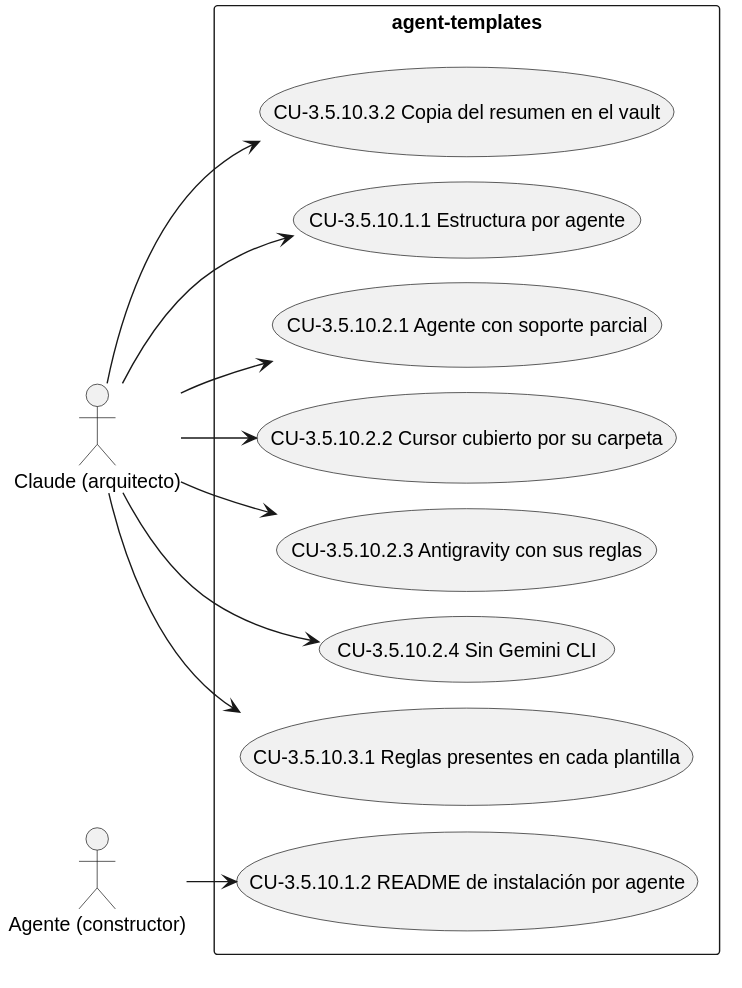
This is docs/diagramas/CAP-3.5.10.svg from Lautaro-Montecchiani/sdd-global-config, a PlantUML export, as it was before one commit. Source of this version:
```plantuml
@startuml
!pragma layout smetana
left to right direction
actor "Claude (arquitecto)" as A1
actor "Agente (constructor)" as A2
rectangle "agent-templates" {
  usecase "CU-3.5.10.1.1 Estructura por agente" as UC_3_5_10_1_1
  usecase "CU-3.5.10.1.2 README de instalación por agente" as UC_3_5_10_1_2
  usecase "CU-3.5.10.2.1 Agente con soporte parcial" as UC_3_5_10_2_1
  usecase "CU-3.5.10.2.2 Cursor cubierto por su carpeta" as UC_3_5_10_2_2
  usecase "CU-3.5.10.2.3 Antigravity con sus reglas" as UC_3_5_10_2_3
  usecase "CU-3.5.10.2.4 Sin Gemini CLI" as UC_3_5_10_2_4
  usecase "CU-3.5.10.3.1 Reglas presentes en cada plantilla" as UC_3_5_10_3_1
  usecase "CU-3.5.10.3.2 Copia del resumen en el vault" as UC_3_5_10_3_2
}
A1 --> UC_3_5_10_1_1
A2 --> UC_3_5_10_1_2
A1 --> UC_3_5_10_2_1
A1 --> UC_3_5_10_2_2
A1 --> UC_3_5_10_2_3
A1 --> UC_3_5_10_2_4
A1 --> UC_3_5_10_3_1
A1 --> UC_3_5_10_3_2
@enduml
```
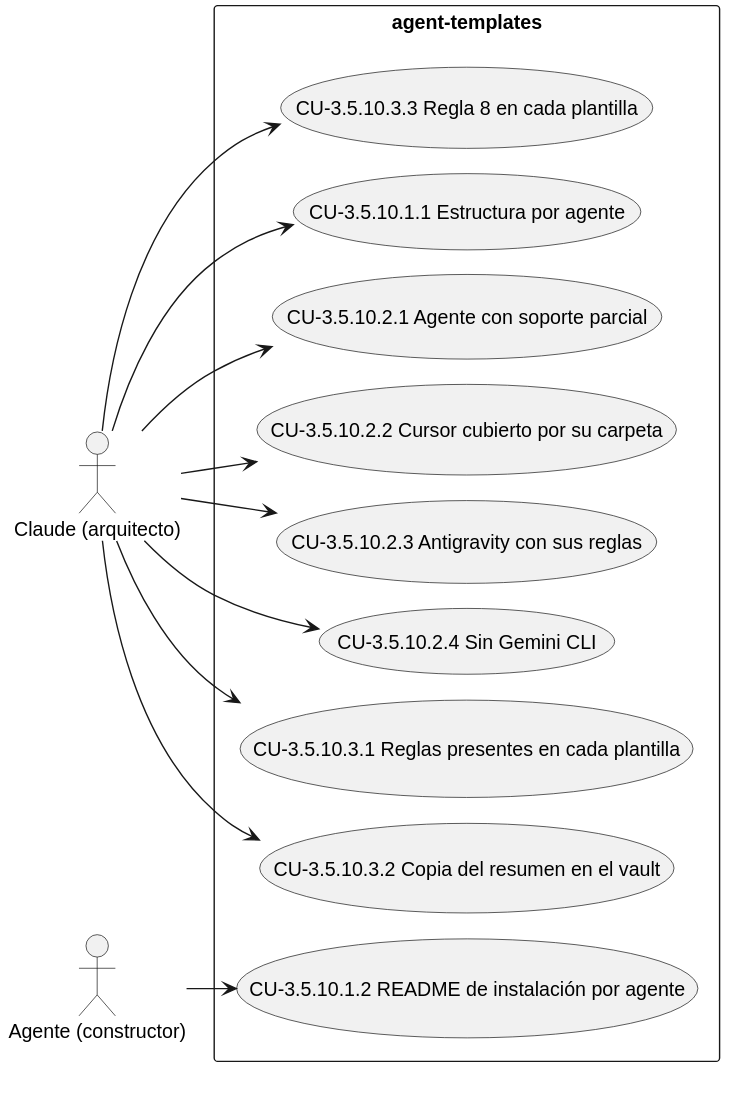
The same diagram one commit later.

What changed in the source:
```diff
@@ -12,6 +12,7 @@
   usecase "CU-3.5.10.2.4 Sin Gemini CLI" as UC_3_5_10_2_4
   usecase "CU-3.5.10.3.1 Reglas presentes en cada plantilla" as UC_3_5_10_3_1
   usecase "CU-3.5.10.3.2 Copia del resumen en el vault" as UC_3_5_10_3_2
+  usecase "CU-3.5.10.3.3 Regla 8 en cada plantilla" as UC_3_5_10_3_3
 }
 A1 --> UC_3_5_10_1_1
 A2 --> UC_3_5_10_1_2
@@ -21,4 +22,5 @@
 A1 --> UC_3_5_10_2_4
 A1 --> UC_3_5_10_3_1
 A1 --> UC_3_5_10_3_2
+A1 --> UC_3_5_10_3_3
 @enduml
```
